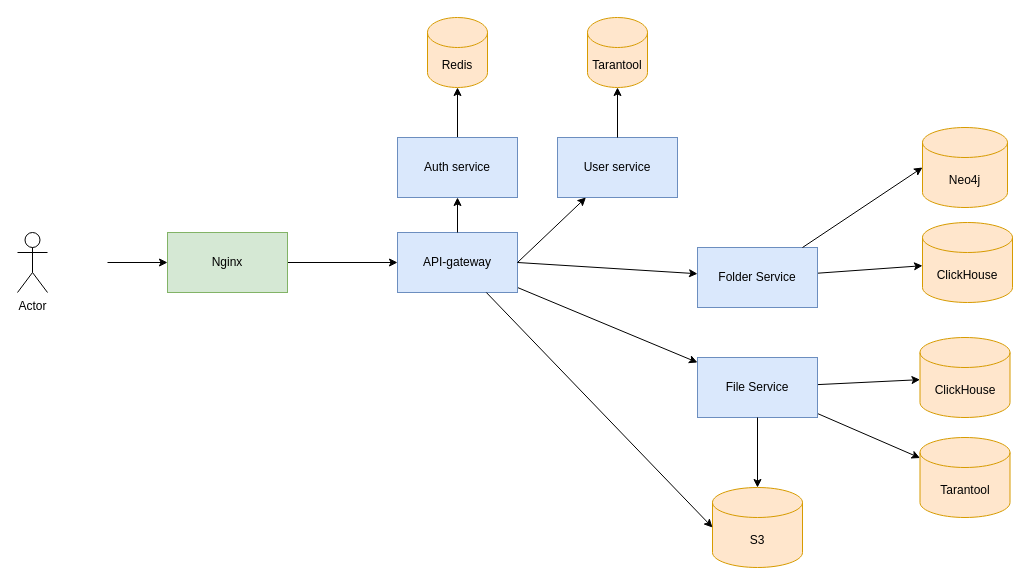
Earlier version of the draw.io diagram assets/Схема проекта.drawio (YarikMix/cloud_highload). Source tidied: cells renumbered, new cells numbered last; positions are measured from the earlier drawing's top-left corner, leaving out a move shared by most shapes. Both pictures are drawn from the tidied source at 100%, with x=0, y=0 at pixel (17, 17).
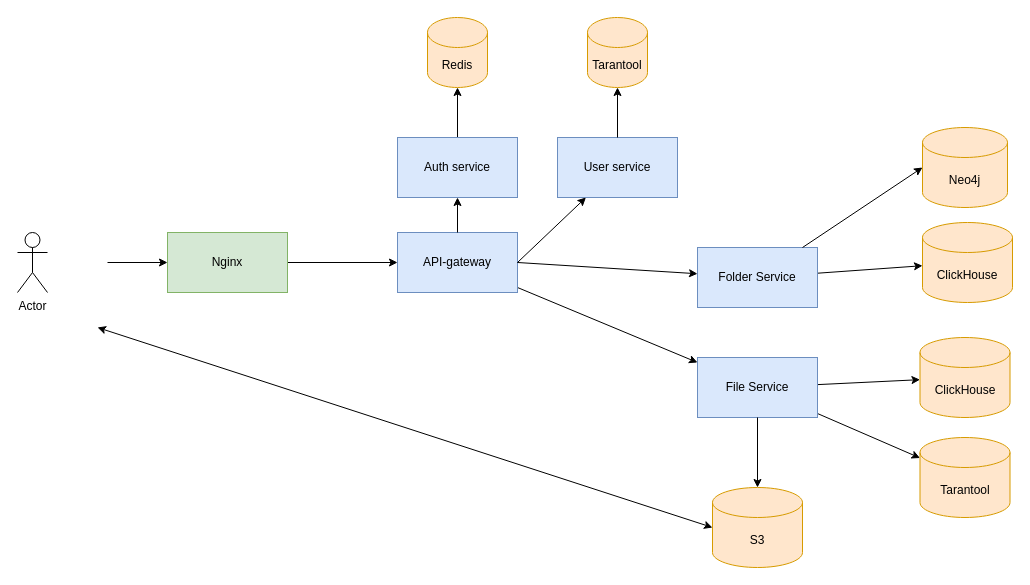
The same diagram, later.

Commit message (it also covers changes not shown here):
Схема проекта

The change refers to these unchanged cells:
```xml
<mxCell id="6" value="API-gateway" style="rounded=0;whiteSpace=wrap;html=1;fillColor=#dae8fc;strokeColor=#6c8ebf;" parent="1" vertex="1">
  <mxGeometry x="380" y="215" width="120" height="60" as="geometry" />
</mxCell>
<mxCell id="26" value="S3" style="shape=cylinder3;whiteSpace=wrap;html=1;boundedLbl=1;backgroundOutline=1;size=15;fillColor=#ffe6cc;strokeColor=#d79b00;" parent="1" vertex="1">
  <mxGeometry x="695" y="470" width="90" height="80" as="geometry" />
</mxCell>
```

The edit, as a diff of the source:
```diff
@@
-    <mxCell id="28" style="endArrow=classic;html=1;rounded=0;entryX=0;entryY=0.5;entryDx=0;entryDy=0;entryPerimeter=0;" parent="1" edge="1" source="6" target="26">
-      <mxGeometry relative="1" as="geometry" />
+    <mxCell id="28" style="endArrow=classic;html=1;rounded=0;entryX=0;entryY=0.5;entryDx=0;entryDy=0;entryPerimeter=0;startArrow=classic;startFill=1;" parent="1" edge="1" target="26">
+      <mxGeometry relative="1" as="geometry">
+        <mxPoint x="80" y="310" as="sourcePoint" />
+      </mxGeometry>
     </mxCell>
```
